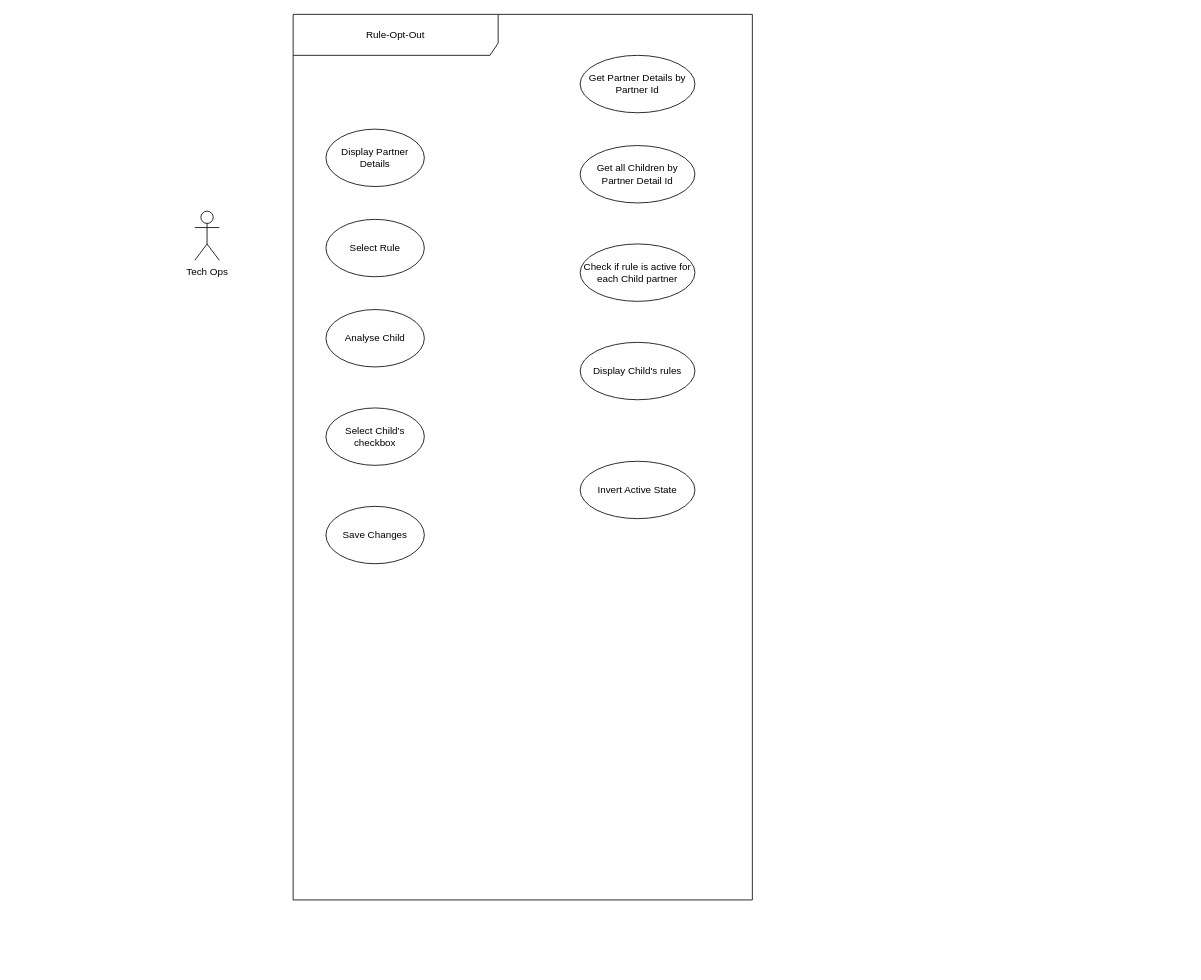
Before: UseDiagram.drawio in learningCurve89/WorkBasedPortfolios, a draw.io diagram. Source tidied: cells renumbered, new cells numbered last; positions are measured from the earlier drawing's top-left corner, leaving out a move shared by most shapes. Both pictures are drawn from the tidied source at 82%, with x=0, y=0 at pixel (194, 14).
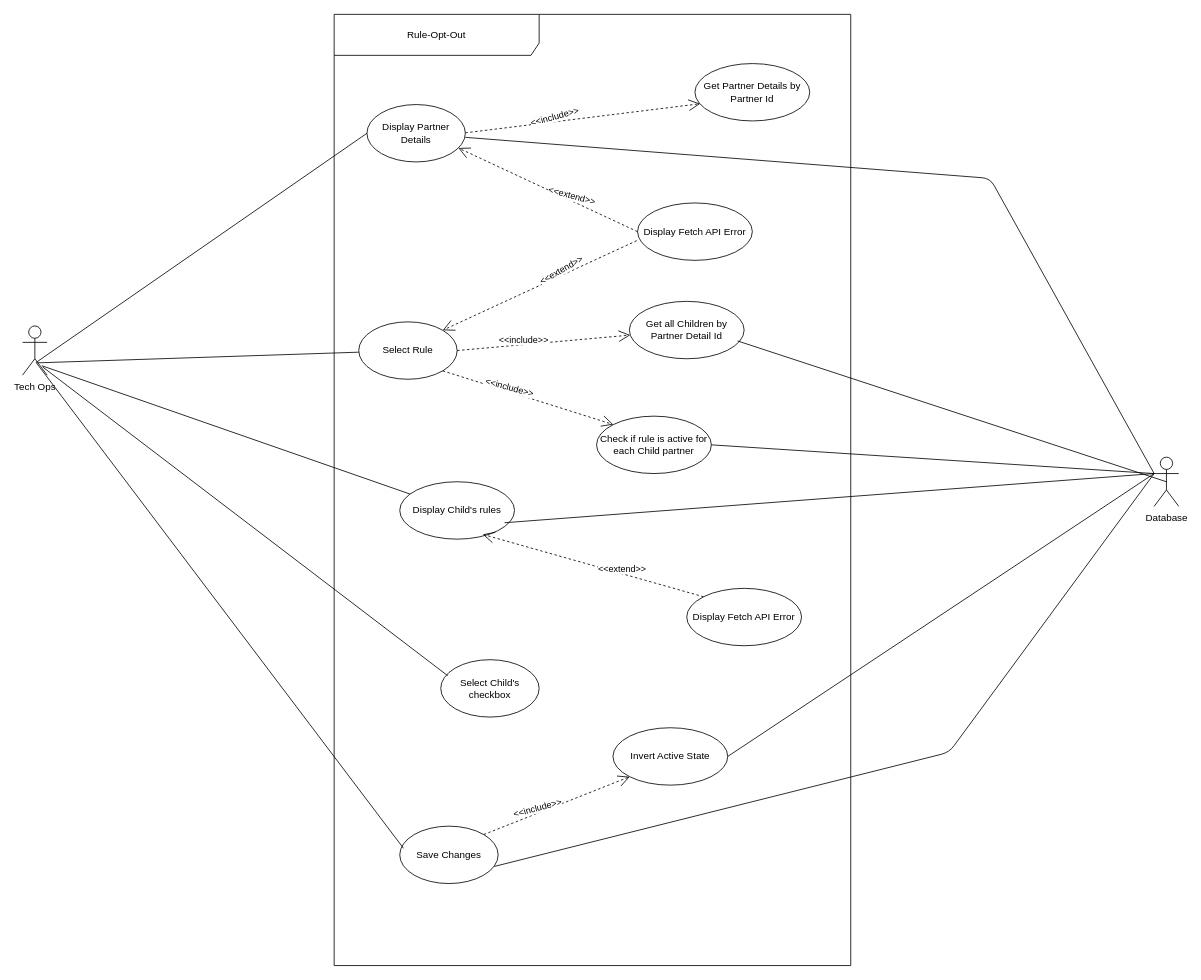
The same diagram, later.

Diff of the diagram source:
```diff
@@
     <mxCell id="2" value="Rule-Opt-Out" style="shape=umlFrame;whiteSpace=wrap;html=1;width=250;height=50;" parent="1" vertex="1">
-      <mxGeometry x="120" width="560" height="1080" as="geometry" />
+      <mxGeometry x="170" width="630" height="1160" as="geometry" />
     </mxCell>
     <mxCell id="3" value="Tech Ops" style="shape=umlActor;verticalLabelPosition=bottom;verticalAlign=top;html=1;" parent="1" vertex="1">
-      <mxGeometry y="240" width="30" height="60" as="geometry" />
+      <mxGeometry x="-210" y="380" width="30" height="60" as="geometry" />
     </mxCell>
     <mxCell id="4" value="Display Partner Details" style="ellipse;whiteSpace=wrap;html=1;" parent="1" vertex="1">
-      <mxGeometry x="160" y="140" width="120" height="70" as="geometry" />
+      <mxGeometry x="210" y="110" width="120" height="70" as="geometry" />
     </mxCell>
     <mxCell id="5" value="Get Partner Details by Partner Id" style="ellipse;whiteSpace=wrap;html=1;" parent="1" vertex="1">
-      <mxGeometry x="470" y="50" width="140" height="70" as="geometry" />
+      <mxGeometry x="610" y="60" width="140" height="70" as="geometry" />
     </mxCell>
     <mxCell id="6" value="Select Rule" style="ellipse;whiteSpace=wrap;html=1;" parent="1" vertex="1">
-      <mxGeometry x="160" y="250" width="120" height="70" as="geometry" />
+      <mxGeometry x="200" y="375" width="120" height="70" as="geometry" />
     </mxCell>
     <mxCell id="7" value="Get all Children by Partner Detail Id" style="ellipse;whiteSpace=wrap;html=1;" parent="1" vertex="1">
-      <mxGeometry x="470" y="160" width="140" height="70" as="geometry" />
+      <mxGeometry x="530" y="350" width="140" height="70" as="geometry" />
     </mxCell>
     <mxCell id="8" value="Display Child's rules" style="ellipse;whiteSpace=wrap;html=1;" parent="1" vertex="1">
-      <mxGeometry x="470" y="400" width="140" height="70" as="geometry" />
+      <mxGeometry x="250" y="570" width="140" height="70" as="geometry" />
     </mxCell>
     <mxCell id="9" value="Check if rule is active for each Child partner" style="ellipse;whiteSpace=wrap;html=1;" parent="1" vertex="1">
-      <mxGeometry x="470" y="280" width="140" height="70" as="geometry" />
+      <mxGeometry x="490" y="490" width="140" height="70" as="geometry" />
     </mxCell>
-    <mxCell id="10" value="Analyse Child" style="ellipse;whiteSpace=wrap;html=1;" parent="1" vertex="1">
-      <mxGeometry x="160" y="360" width="120" height="70" as="geometry" />
-    </mxCell>
     <mxCell id="11" value="Select Child's checkbox" style="ellipse;whiteSpace=wrap;html=1;" parent="1" vertex="1">
-      <mxGeometry x="160" y="480" width="120" height="70" as="geometry" />
+      <mxGeometry x="300" y="787" width="120" height="70" as="geometry" />
     </mxCell>
     <mxCell id="12" value="Save Changes" style="ellipse;whiteSpace=wrap;html=1;" parent="1" vertex="1">
-      <mxGeometry x="160" y="600" width="120" height="70" as="geometry" />
+      <mxGeometry x="250" y="990" width="120" height="70" as="geometry" />
     </mxCell>
     <mxCell id="13" value="Invert Active State" style="ellipse;whiteSpace=wrap;html=1;" parent="1" vertex="1">
-      <mxGeometry x="470" y="545" width="140" height="70" as="geometry" />
+      <mxGeometry x="510" y="870" width="140" height="70" as="geometry" />
     </mxCell>
+    <mxCell id="14" value="Database" style="shape=umlActor;verticalLabelPosition=bottom;verticalAlign=top;html=1;" parent="1" vertex="1">
+      <mxGeometry x="1170" y="540" width="30" height="60" as="geometry" />
+    </mxCell>
+    <mxCell id="15" style="endArrow=none;endFill=0;endSize=12;html=1;entryX=0;entryY=0.5;entryDx=0;entryDy=0;exitX=0.55;exitY=0.742;exitDx=0;exitDy=0;exitPerimeter=0;" parent="1" edge="1" source="3" target="4">
+      <mxGeometry relative="1" as="geometry" />
+    </mxCell>
+    <mxCell id="16" style="endArrow=none;endFill=0;endSize=12;html=1;exitX=0.6;exitY=0.75;exitDx=0;exitDy=0;exitPerimeter=0;" parent="1" edge="1" source="3" target="6">
+      <mxGeometry relative="1" as="geometry" />
+    </mxCell>
+    <mxCell id="17" style="endArrow=none;endFill=0;endSize=12;html=1;exitX=0.783;exitY=0.808;exitDx=0;exitDy=0;exitPerimeter=0;" parent="1" edge="1" source="3" target="8">
+      <mxGeometry relative="1" as="geometry" />
+    </mxCell>
+    <mxCell id="18" style="endArrow=none;endFill=0;endSize=12;html=1;entryX=0.071;entryY=0.279;entryDx=0;entryDy=0;entryPerimeter=0;exitX=0.817;exitY=0.833;exitDx=0;exitDy=0;exitPerimeter=0;" parent="1" edge="1" source="3" target="11">
+      <mxGeometry relative="1" as="geometry" />
+    </mxCell>
+    <mxCell id="19" style="endArrow=none;endFill=0;endSize=12;html=1;entryX=0.038;entryY=0.386;entryDx=0;entryDy=0;entryPerimeter=0;exitX=0.55;exitY=0.742;exitDx=0;exitDy=0;exitPerimeter=0;" parent="1" edge="1" source="3" target="12">
+      <mxGeometry relative="1" as="geometry" />
+    </mxCell>
+    <mxCell id="20" style="endArrow=open;endFill=1;endSize=12;html=1;entryX=0.046;entryY=0.7;entryDx=0;entryDy=0;entryPerimeter=0;dashed=1;" parent="1" edge="1" target="5">
+      <mxGeometry relative="1" as="geometry">
+        <mxPoint x="330" y="144.5" as="sourcePoint" />
+      </mxGeometry>
+    </mxCell>
+    <mxCell id="21" value="&amp;lt;&amp;lt;include&amp;gt;&amp;gt;" style="edgeLabel;html=1;align=center;verticalAlign=middle;rotation=-15;" parent="20" vertex="1">
+      <mxGeometry x="-0.24" y="7" relative="1" as="geometry">
+        <mxPoint y="1" as="offset" />
+      </mxGeometry>
+    </mxCell>
+    <mxCell id="22" style="endArrow=open;endFill=1;endSize=12;html=1;dashed=1;exitX=1;exitY=0.5;exitDx=0;exitDy=0;" parent="1" edge="1" source="6" target="7">
+      <mxGeometry relative="1" as="geometry" />
+    </mxCell>
+    <mxCell id="23" value="&amp;lt;&amp;lt;include&amp;gt;&amp;gt;" style="edgeLabel;html=1;align=center;verticalAlign=middle;rotation=0;" parent="22" vertex="1">
+      <mxGeometry x="-0.24" y="7" relative="1" as="geometry">
+        <mxPoint y="1" as="offset" />
+      </mxGeometry>
+    </mxCell>
+    <mxCell id="24" value="Display Fetch API Error" style="ellipse;whiteSpace=wrap;html=1;" parent="1" vertex="1">
+      <mxGeometry x="540" y="230" width="140" height="70" as="geometry" />
+    </mxCell>
+    <mxCell id="25" style="endArrow=open;endFill=1;endSize=12;html=1;entryX=0.929;entryY=0.757;entryDx=0;entryDy=0;entryPerimeter=0;dashed=1;exitX=0;exitY=0.5;exitDx=0;exitDy=0;" parent="1" edge="1" source="24" target="4">
+      <mxGeometry relative="1" as="geometry" />
+    </mxCell>
+    <mxCell id="26" value="&amp;lt;&amp;lt;extend&amp;gt;&amp;gt;" style="edgeLabel;html=1;align=center;verticalAlign=middle;rotation=15;" parent="25" vertex="1">
+      <mxGeometry x="-0.24" y="-6" relative="1" as="geometry" />
+    </mxCell>
+    <mxCell id="27" style="endArrow=open;endFill=1;endSize=12;html=1;entryX=1;entryY=0;entryDx=0;entryDy=0;dashed=1;exitX=-0.007;exitY=0.657;exitDx=0;exitDy=0;exitPerimeter=0;" parent="1" edge="1" source="24" target="6">
+      <mxGeometry relative="1" as="geometry" />
+    </mxCell>
+    <mxCell id="28" value="&amp;lt;&amp;lt;extend&amp;gt;&amp;gt;" style="edgeLabel;html=1;align=center;verticalAlign=middle;rotation=-30;" parent="27" vertex="1">
+      <mxGeometry x="-0.24" y="-6" relative="1" as="geometry" />
+    </mxCell>
+    <mxCell id="29" style="endArrow=none;endFill=0;endSize=12;html=1;exitX=0;exitY=0.3333333333333333;exitDx=0;exitDy=0;exitPerimeter=0;" parent="1" edge="1" source="14">
+      <mxGeometry relative="1" as="geometry">
+        <mxPoint x="330" y="150" as="targetPoint" />
+        <Array as="points">
+          <mxPoint x="970" y="200" />
+        </Array>
+      </mxGeometry>
+    </mxCell>
+    <mxCell id="30" style="endArrow=none;endFill=0;endSize=12;html=1;exitX=0.5;exitY=0.5;exitDx=0;exitDy=0;exitPerimeter=0;entryX=0.943;entryY=0.69;entryDx=0;entryDy=0;entryPerimeter=0;" parent="1" edge="1" source="14" target="7">
+      <mxGeometry relative="1" as="geometry" />
+    </mxCell>
+    <mxCell id="31" style="endArrow=open;endFill=1;endSize=12;html=1;entryX=0;entryY=0;entryDx=0;entryDy=0;dashed=1;exitX=1;exitY=1;exitDx=0;exitDy=0;" parent="1" edge="1" source="6" target="9">
+      <mxGeometry relative="1" as="geometry" />
+    </mxCell>
+    <mxCell id="32" value="&amp;lt;&amp;lt;include&amp;gt;&amp;gt;" style="edgeLabel;html=1;align=center;verticalAlign=middle;rotation=15;" parent="31" vertex="1">
+      <mxGeometry x="-0.24" y="7" relative="1" as="geometry">
+        <mxPoint y="1" as="offset" />
+      </mxGeometry>
+    </mxCell>
+    <mxCell id="33" style="endArrow=none;endFill=0;endSize=12;html=1;exitX=0;exitY=0.3333333333333333;exitDx=0;exitDy=0;exitPerimeter=0;entryX=0.913;entryY=0.714;entryDx=0;entryDy=0;entryPerimeter=0;" parent="1" edge="1" source="14" target="8">
+      <mxGeometry relative="1" as="geometry" />
+    </mxCell>
+    <mxCell id="34" value="Display Fetch API Error" style="ellipse;whiteSpace=wrap;html=1;" parent="1" vertex="1">
+      <mxGeometry x="600" y="700" width="140" height="70" as="geometry" />
+    </mxCell>
+    <mxCell id="35" style="endArrow=open;endFill=1;endSize=12;html=1;entryX=0.723;entryY=0.917;entryDx=0;entryDy=0;entryPerimeter=0;dashed=1;exitX=0;exitY=0;exitDx=0;exitDy=0;" parent="1" edge="1" source="34" target="8">
+      <mxGeometry relative="1" as="geometry" />
+    </mxCell>
+    <mxCell id="36" value="&amp;lt;&amp;lt;extend&amp;gt;&amp;gt;" style="edgeLabel;html=1;align=center;verticalAlign=middle;rotation=0;" parent="35" vertex="1">
+      <mxGeometry x="-0.24" y="-6" relative="1" as="geometry" />
+    </mxCell>
+    <mxCell id="37" style="endArrow=open;endFill=1;endSize=12;html=1;dashed=1;entryX=0;entryY=1;entryDx=0;entryDy=0;exitX=1;exitY=0;exitDx=0;exitDy=0;" parent="1" edge="1" source="12" target="13">
+      <mxGeometry relative="1" as="geometry" />
+    </mxCell>
+    <mxCell id="38" value="&amp;lt;&amp;lt;include&amp;gt;&amp;gt;" style="edgeLabel;html=1;align=center;verticalAlign=middle;rotation=-15;" parent="37" vertex="1">
+      <mxGeometry x="-0.24" y="7" relative="1" as="geometry">
+        <mxPoint y="1" as="offset" />
+      </mxGeometry>
+    </mxCell>
+    <mxCell id="39" style="endArrow=none;endFill=0;endSize=12;html=1;entryX=0.961;entryY=0.702;entryDx=0;entryDy=0;entryPerimeter=0;exitX=0;exitY=0.3333333333333333;exitDx=0;exitDy=0;exitPerimeter=0;" parent="1" edge="1" source="14" target="12">
+      <mxGeometry relative="1" as="geometry">
+        <Array as="points">
+          <mxPoint x="920" y="900" />
+        </Array>
+      </mxGeometry>
+    </mxCell>
+    <mxCell id="40" style="endArrow=none;endFill=0;endSize=12;html=1;exitX=0;exitY=0.3333333333333333;exitDx=0;exitDy=0;exitPerimeter=0;entryX=1;entryY=0.5;entryDx=0;entryDy=0;" parent="1" edge="1" source="14" target="13">
+      <mxGeometry relative="1" as="geometry" />
+    </mxCell>
+    <mxCell id="41" style="endArrow=none;endFill=0;endSize=12;html=1;exitX=0;exitY=0.3333333333333333;exitDx=0;exitDy=0;exitPerimeter=0;entryX=1;entryY=0.5;entryDx=0;entryDy=0;" parent="1" edge="1" source="14" target="9">
+      <mxGeometry relative="1" as="geometry" />
+    </mxCell>
```
